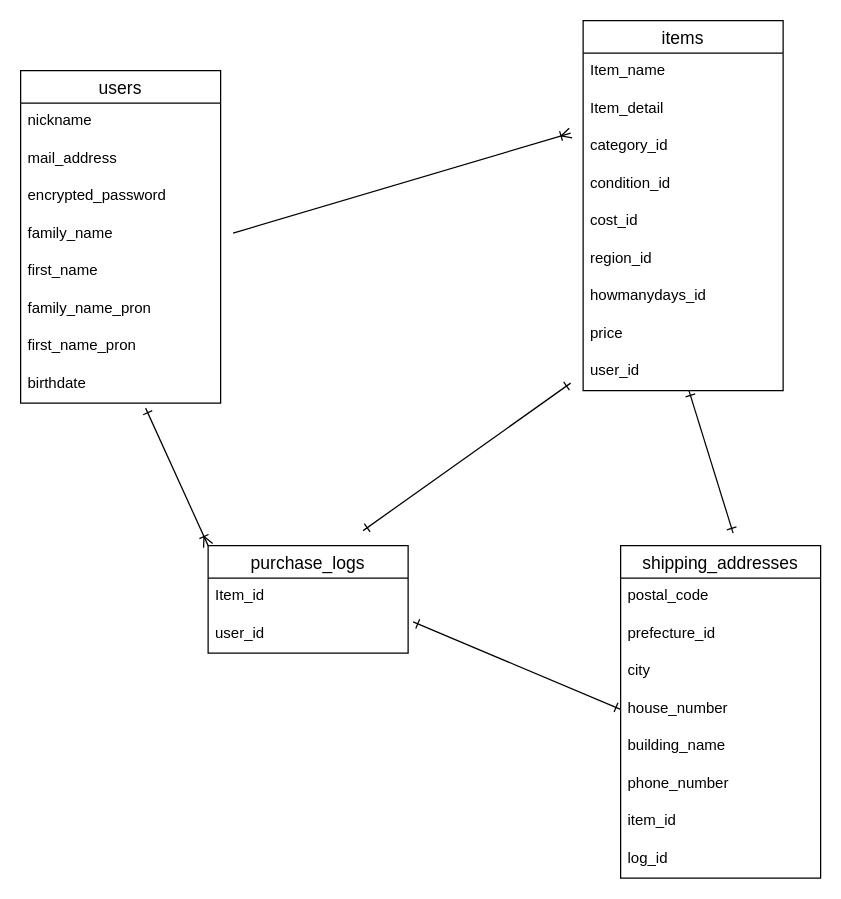
naoyaaaa/furima-39452 keeps this draw.io diagram as planboard.dio. Above is the earlier version. Source tidied: cells renumbered, new cells numbered last; positions are measured from the earlier drawing's top-left corner, leaving out a move shared by most shapes. Both pictures are drawn from the tidied source at 125%, with x=0, y=0 at pixel (20, 20).
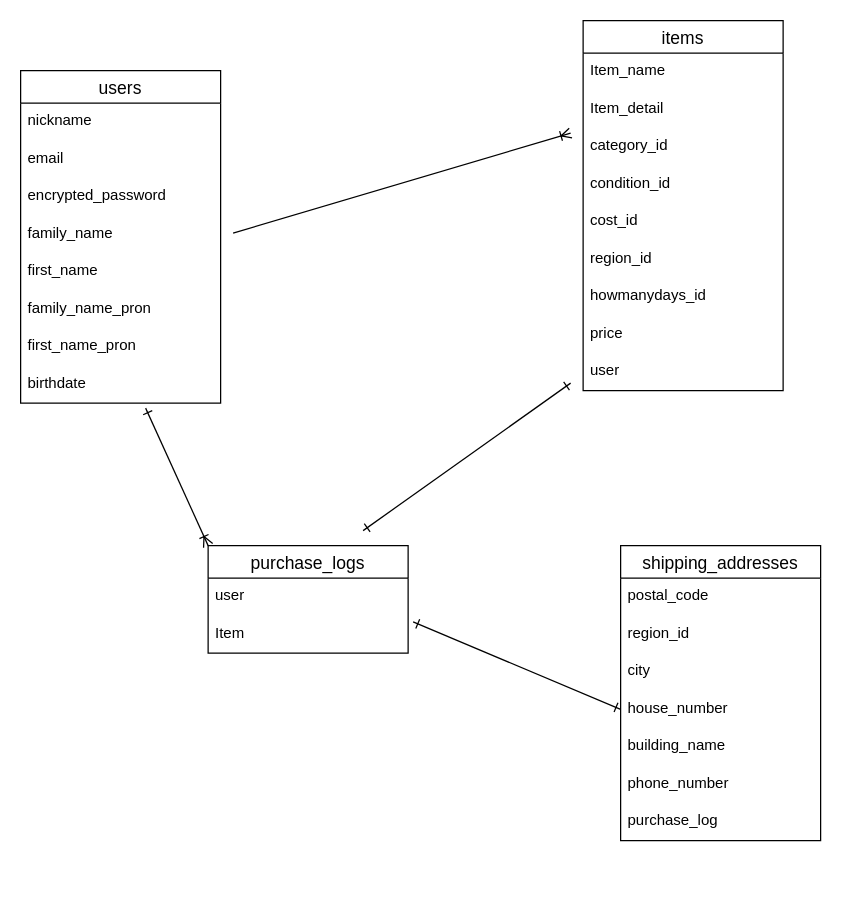
The same diagram, later.

Commit message (it also covers changes not shown here):
データベース４

The change refers to these unchanged cells:
```xml
<mxCell id="2" value="users" style="swimlane;fontStyle=0;horizontal=1;startSize=26;align=center;fontSize=14;" parent="1" vertex="1">
  <mxGeometry y="40" width="160" height="266" as="geometry" />
</mxCell>
<mxCell id="11" value="items" style="swimlane;fontStyle=0;horizontal=1;startSize=26;align=center;fontSize=14;" parent="1" vertex="1">
  <mxGeometry x="450" width="160" height="296" as="geometry" />
</mxCell>
<mxCell id="21" value="purchase_logs" style="swimlane;fontStyle=0;horizontal=1;startSize=26;align=center;fontSize=14;" parent="1" vertex="1">
  <mxGeometry x="150" y="420" width="160" height="86" as="geometry" />
</mxCell>
```

Change to the diagram source:
```diff
@@
-    <mxCell id="4" value="mail_address" style="text;strokeColor=none;fillColor=none;spacingLeft=4;spacingRight=4;overflow=hidden;fontSize=12;" parent="2" vertex="1">
+    <mxCell id="4" value="email" style="text;strokeColor=none;fillColor=none;spacingLeft=4;spacingRight=4;overflow=hidden;fontSize=12;" parent="2" vertex="1">
       <mxGeometry y="56" width="160" height="30" as="geometry" />
     </mxCell>
@@
-    <mxCell id="20" value="user_id" style="text;strokeColor=none;fillColor=none;spacingLeft=4;spacingRight=4;overflow=hidden;points=[[0,0.5],[1,0.5]];portConstraint=eastwest;fontSize=12;" parent="11" vertex="1">
+    <mxCell id="20" value="user" style="text;strokeColor=none;fillColor=none;spacingLeft=4;spacingRight=4;overflow=hidden;points=[[0,0.5],[1,0.5]];portConstraint=eastwest;fontSize=12;" parent="11" vertex="1">
       <mxGeometry y="266" width="160" height="30" as="geometry" />
     </mxCell>
@@
+    <mxCell id="23" value="user" style="text;strokeColor=none;fillColor=none;spacingLeft=4;spacingRight=4;overflow=hidden;fontSize=12;" parent="21" vertex="1">
+      <mxGeometry y="26" width="160" height="30" as="geometry" />
+    </mxCell>
-    <mxCell id="22" value="Item_id" style="text;strokeColor=none;fillColor=none;spacingLeft=4;spacingRight=4;overflow=hidden;fontSize=12;" parent="21" vertex="1">
-      <mxGeometry y="26" width="160" height="30" as="geometry" />
+    <mxCell id="22" value="Item" style="text;strokeColor=none;fillColor=none;spacingLeft=4;spacingRight=4;overflow=hidden;fontSize=12;" parent="21" vertex="1">
+      <mxGeometry y="56" width="160" height="30" as="geometry" />
     </mxCell>
-    <mxCell id="23" value="user_id" style="text;strokeColor=none;fillColor=none;spacingLeft=4;spacingRight=4;overflow=hidden;fontSize=12;" parent="21" vertex="1">
-      <mxGeometry y="56" width="160" height="30" as="geometry" />
-    </mxCell>
     <mxCell id="24" value="shipping_addresses" style="swimlane;fontStyle=0;horizontal=1;startSize=26;align=center;fontSize=14;" parent="1" vertex="1">
-      <mxGeometry x="480" y="420" width="160" height="266" as="geometry" />
+      <mxGeometry x="480" y="420" width="160" height="236" as="geometry" />
     </mxCell>
@@
-    <mxCell id="26" value="prefecture_id" style="text;strokeColor=none;fillColor=none;spacingLeft=4;spacingRight=4;overflow=hidden;fontSize=12;" parent="24" vertex="1">
+    <mxCell id="26" value="region_id" style="text;strokeColor=none;fillColor=none;spacingLeft=4;spacingRight=4;overflow=hidden;fontSize=12;" parent="24" vertex="1">
       <mxGeometry y="56" width="160" height="30" as="geometry" />
     </mxCell>
@@
-    <mxCell id="31" value="item_id" style="text;strokeColor=none;fillColor=none;spacingLeft=4;spacingRight=4;overflow=hidden;fontSize=12;" parent="24" vertex="1">
+    <mxCell id="31" value="purchase_log" style="text;strokeColor=none;fillColor=none;spacingLeft=4;spacingRight=4;overflow=hidden;fontSize=12;" parent="24" vertex="1">
       <mxGeometry y="206" width="160" height="30" as="geometry" />
     </mxCell>
-    <mxCell id="32" value="log_id" style="text;strokeColor=none;fillColor=none;spacingLeft=4;spacingRight=4;overflow=hidden;fontSize=12;" parent="24" vertex="1">
-      <mxGeometry y="236" width="160" height="30" as="geometry" />
-    </mxCell>
@@
-    <mxCell id="37" style="edgeStyle=none;html=1;startArrow=ERone;startFill=0;endArrow=ERone;endFill=0;" parent="1" edge="1" source="20">
-      <mxGeometry relative="1" as="geometry">
-        <mxPoint x="570" y="410" as="targetPoint" />
-      </mxGeometry>
-    </mxCell>
```
